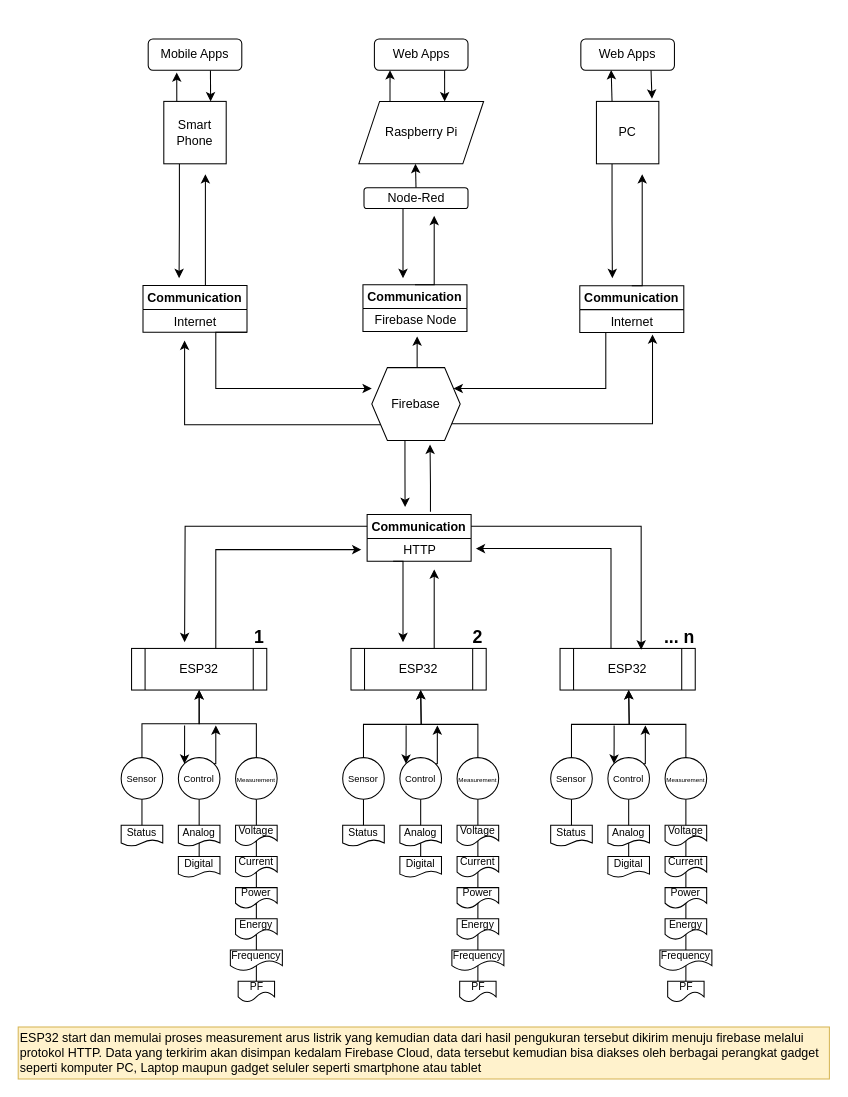
Above: flow-diagram.drawio in lmarkrol/smartmeter (draw.io), before the change. Source tidied: cells renumbered, new cells numbered last; positions are measured from the earlier drawing's top-left corner, leaving out a move shared by most shapes. Both pictures are drawn from the tidied source at 104%, with x=0, y=0 at pixel (18, 38).
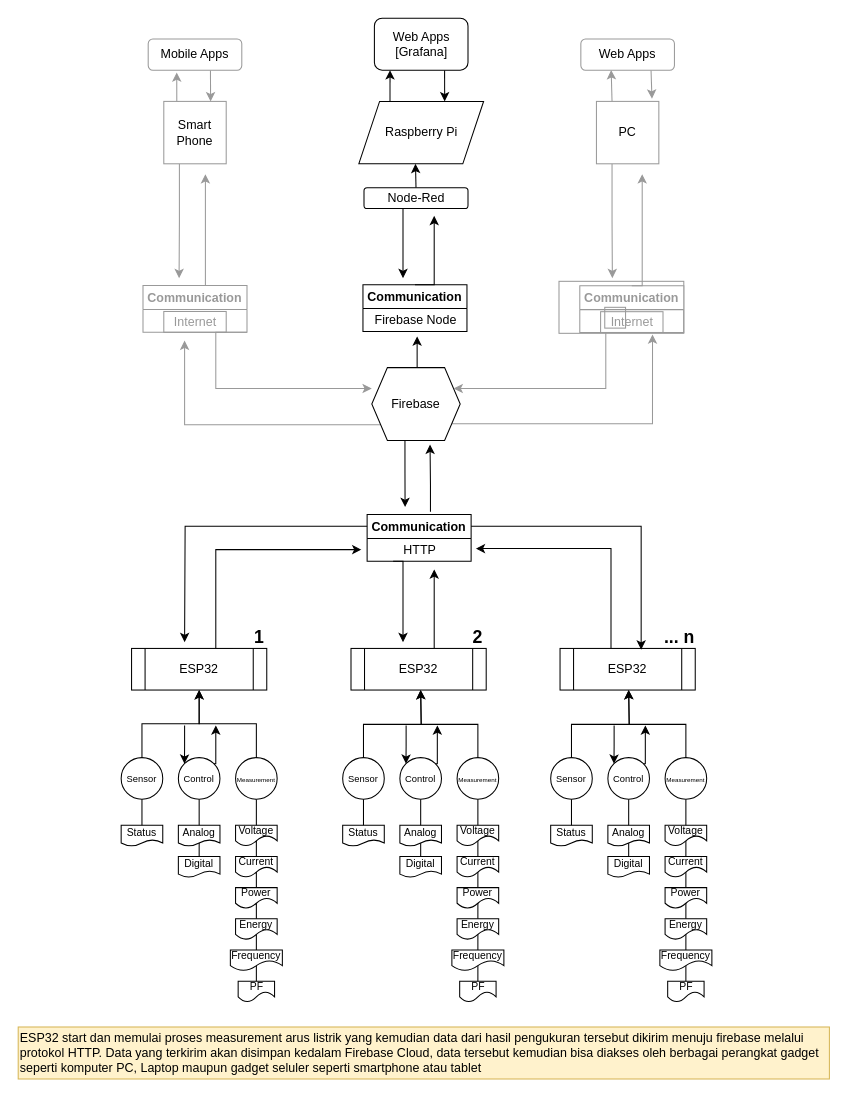
After the change.

Unchanged cells that the change refers to:
```xml
<mxCell id="9" value="Firebase" style="shape=hexagon;perimeter=hexagonPerimeter2;whiteSpace=wrap;html=1;fixedSize=1;size=15;" parent="1" vertex="1">
  <mxGeometry x="340" y="316" width="85" height="70" as="geometry" />
</mxCell>
```

Change to the diagram source:
```diff
@@
-    <mxCell id="5" style="edgeStyle=orthogonalEdgeStyle;rounded=0;jettySize=auto;html=1;entryX=0.832;entryY=1.095;entryDx=0;entryDy=0;entryPerimeter=0;" parent="1" edge="1" target="27">
+    <mxCell id="5" style="edgeStyle=orthogonalEdgeStyle;rounded=0;jettySize=auto;html=1;entryX=0.832;entryY=1.095;entryDx=0;entryDy=0;entryPerimeter=0;strokeColor=#999999;" parent="1" edge="1" target="27">
       <mxGeometry relative="1" as="geometry">
         <mxPoint x="410" y="370" as="sourcePoint" />
         <Array as="points">
           <mxPoint x="425" y="370" />
           <mxPoint x="610" y="370" />
         </Array>
       </mxGeometry>
     </mxCell>
-    <mxCell id="6" style="edgeStyle=orthogonalEdgeStyle;rounded=0;jettySize=auto;html=1;" parent="1" edge="1" source="9">
+    <mxCell id="6" style="edgeStyle=orthogonalEdgeStyle;rounded=0;jettySize=auto;html=1;strokeColor=#999999;" parent="1" edge="1" source="9">
       <mxGeometry relative="1" as="geometry">
         <mxPoint x="160" y="290" as="targetPoint" />
         <Array as="points">
           <mxPoint x="160" y="371" />
           <mxPoint x="160" y="290" />
         </Array>
       </mxGeometry>
     </mxCell>
@@
-    <mxCell id="19" style="edgeStyle=orthogonalEdgeStyle;rounded=0;jettySize=auto;html=1;exitX=0.25;exitY=0;exitDx=0;exitDy=0;entryX=0.324;entryY=0.997;entryDx=0;entryDy=0;entryPerimeter=0;" parent="1" edge="1" source="21" target="38">
+    <mxCell id="19" style="edgeStyle=orthogonalEdgeStyle;rounded=0;jettySize=auto;html=1;exitX=0.25;exitY=0;exitDx=0;exitDy=0;entryX=0.324;entryY=0.997;entryDx=0;entryDy=0;entryPerimeter=0;strokeColor=#999999;" parent="1" edge="1" source="21" target="38">
       <mxGeometry relative="1" as="geometry" />
     </mxCell>
-    <mxCell id="20" style="edgeStyle=orthogonalEdgeStyle;rounded=0;jettySize=auto;html=1;exitX=0.25;exitY=1;exitDx=0;exitDy=0;" parent="1" edge="1" source="21">
+    <mxCell id="20" style="edgeStyle=orthogonalEdgeStyle;rounded=0;jettySize=auto;html=1;exitX=0.25;exitY=1;exitDx=0;exitDy=0;strokeColor=#999999;" parent="1" edge="1" source="21">
       <mxGeometry relative="1" as="geometry">
         <mxPoint x="571.3" y="230" as="targetPoint" />
       </mxGeometry>
     </mxCell>
-    <mxCell id="21" value="PC" style="rounded=0;whiteSpace=wrap;html=1;" parent="1" vertex="1">
+    <mxCell id="21" value="PC" style="rounded=0;whiteSpace=wrap;html=1;strokeColor=#999999;" parent="1" vertex="1">
       <mxGeometry x="556" y="60" width="60" height="60" as="geometry" />
     </mxCell>
-    <mxCell id="22" style="edgeStyle=orthogonalEdgeStyle;rounded=0;jettySize=auto;html=1;exitX=0.25;exitY=0;exitDx=0;exitDy=0;entryX=0.305;entryY=1.073;entryDx=0;entryDy=0;entryPerimeter=0;" parent="1" edge="1" source="24" target="34">
+    <mxCell id="22" style="edgeStyle=orthogonalEdgeStyle;rounded=0;jettySize=auto;html=1;exitX=0.25;exitY=0;exitDx=0;exitDy=0;entryX=0.305;entryY=1.073;entryDx=0;entryDy=0;entryPerimeter=0;strokeColor=#999999;" parent="1" edge="1" source="24" target="34">
       <mxGeometry relative="1" as="geometry" />
     </mxCell>
-    <mxCell id="23" style="edgeStyle=orthogonalEdgeStyle;rounded=0;jettySize=auto;html=1;exitX=0.25;exitY=1;exitDx=0;exitDy=0;" parent="1" edge="1" source="24">
+    <mxCell id="23" style="edgeStyle=orthogonalEdgeStyle;rounded=0;jettySize=auto;html=1;exitX=0.25;exitY=1;exitDx=0;exitDy=0;strokeColor=#999999;" parent="1" edge="1" source="24">
       <mxGeometry relative="1" as="geometry">
         <mxPoint x="154.7" y="230" as="targetPoint" />
       </mxGeometry>
     </mxCell>
-    <mxCell id="24" value="Smart&lt;br&gt;Phone" style="rounded=0;whiteSpace=wrap;html=1;" parent="1" vertex="1">
+    <mxCell id="24" value="Smart&lt;br&gt;Phone" style="rounded=0;whiteSpace=wrap;html=1;strokeColor=#999999;" parent="1" vertex="1">
       <mxGeometry x="140" y="60" width="60" height="60" as="geometry" />
     </mxCell>
-    <mxCell id="25" style="group;" parent="1" vertex="1">
+    <mxCell id="25" style="group;strokeColor=#999999;" parent="1" vertex="1">
       <mxGeometry x="520" y="233" width="120" height="50" as="geometry" />
     </mxCell>
-    <mxCell id="26" value="Communication" style="swimlane;startSize=23;" parent="25" vertex="1">
+    <mxCell id="26" value="Communication" style="swimlane;startSize=23;strokeColor=#999999;fontColor=#999999;" parent="25" vertex="1">
       <mxGeometry x="20" y="4.2" width="100" height="45" as="geometry" />
     </mxCell>
-    <mxCell id="27" value="Internet" style="text;html=1;align=center;verticalAlign=middle;points=[];strokeColor=none;" parent="26" vertex="1">
+    <mxCell id="27" value="&lt;font color=&quot;#999999&quot;&gt;Internet&lt;/font&gt;" style="text;html=1;align=center;verticalAlign=middle;points=[];strokeColor=#999999;" parent="26" vertex="1">
       <mxGeometry x="20" y="25" width="60" height="20" as="geometry" />
     </mxCell>
-    <mxCell id="28" style="text;html=1;align=center;verticalAlign=middle;strokeColor=none;" parent="25" vertex="1">
+    <mxCell id="28" style="text;html=1;align=center;verticalAlign=middle;strokeColor=#999999;" parent="25" vertex="1">
       <mxGeometry x="44" y="25" width="20" height="20" as="geometry" />
     </mxCell>
-    <mxCell id="29" style="edgeStyle=orthogonalEdgeStyle;rounded=0;jettySize=auto;html=1;exitX=0.5;exitY=0;exitDx=0;exitDy=0;" parent="1" edge="1" source="31">
+    <mxCell id="29" style="edgeStyle=orthogonalEdgeStyle;rounded=0;jettySize=auto;html=1;exitX=0.5;exitY=0;exitDx=0;exitDy=0;strokeColor=#999999;" parent="1" edge="1" source="31">
       <mxGeometry relative="1" as="geometry">
         <mxPoint x="180" y="130" as="targetPoint" />
         <Array as="points">
           <mxPoint x="180" y="237" />
           <mxPoint x="180" y="130" />
         </Array>
       </mxGeometry>
     </mxCell>
-    <mxCell id="30" style="edgeStyle=orthogonalEdgeStyle;rounded=0;jettySize=auto;html=1;exitX=1;exitY=1;exitDx=0;exitDy=0;" parent="1" edge="1" source="31">
+    <mxCell id="30" style="edgeStyle=orthogonalEdgeStyle;rounded=0;jettySize=auto;html=1;exitX=1;exitY=1;exitDx=0;exitDy=0;strokeColor=#999999;" parent="1" edge="1" source="31">
       <mxGeometry relative="1" as="geometry">
         <mxPoint x="340" y="336" as="targetPoint" />
         <Array as="points">
           <mxPoint x="190" y="282" />
           <mxPoint x="190" y="336" />
         </Array>
       </mxGeometry>
     </mxCell>
-    <mxCell id="31" value="Communication" style="swimlane;startSize=23;" parent="1" vertex="1">
+    <mxCell id="31" value="Communication" style="swimlane;startSize=23;strokeColor=#999999;fontColor=#999999;" parent="1" vertex="1">
       <mxGeometry x="120" y="237" width="100" height="45" as="geometry" />
     </mxCell>
-    <mxCell id="32" value="Internet" style="text;html=1;align=center;verticalAlign=middle;strokeColor=none;" parent="31" vertex="1">
+    <mxCell id="32" value="&lt;font color=&quot;#999999&quot;&gt;Internet&lt;/font&gt;" style="text;html=1;align=center;verticalAlign=middle;strokeColor=#999999;" parent="31" vertex="1">
       <mxGeometry x="20" y="25" width="60" height="20" as="geometry" />
     </mxCell>
-    <mxCell id="33" style="edgeStyle=orthogonalEdgeStyle;rounded=0;jettySize=auto;html=1;exitX=0.665;exitY=1;exitDx=0;exitDy=0;entryX=0.75;entryY=0;entryDx=0;entryDy=0;exitPerimeter=0;" parent="1" edge="1" source="34" target="24">
+    <mxCell id="33" style="edgeStyle=orthogonalEdgeStyle;rounded=0;jettySize=auto;html=1;exitX=0.665;exitY=1;exitDx=0;exitDy=0;entryX=0.75;entryY=0;entryDx=0;entryDy=0;exitPerimeter=0;strokeColor=#999999;" parent="1" edge="1" source="34" target="24">
       <mxGeometry relative="1" as="geometry" />
     </mxCell>
-    <mxCell id="34" value="Mobile Apps" style="rounded=1;whiteSpace=wrap;html=1;" parent="1" vertex="1">
+    <mxCell id="34" value="Mobile Apps" style="rounded=1;whiteSpace=wrap;html=1;strokeColor=#999999;" parent="1" vertex="1">
       <mxGeometry x="125" width="90" height="30" as="geometry" />
     </mxCell>
@@
-    <mxCell id="36" value="Web Apps" style="rounded=1;whiteSpace=wrap;html=1;" parent="1" vertex="1">
-      <mxGeometry x="342.5" width="90" height="30" as="geometry" />
+    <mxCell id="36" value="Web Apps&lt;br&gt;[Grafana]" style="rounded=1;whiteSpace=wrap;html=1;" parent="1" vertex="1">
+      <mxGeometry x="342.5" y="-20" width="90" height="50" as="geometry" />
     </mxCell>
-    <mxCell id="37" style="edgeStyle=orthogonalEdgeStyle;rounded=0;jettySize=auto;html=1;exitX=0.75;exitY=1;exitDx=0;exitDy=0;entryX=0.89;entryY=-0.044;entryDx=0;entryDy=0;entryPerimeter=0;" parent="1" edge="1" source="38" target="21">
+    <mxCell id="37" style="edgeStyle=orthogonalEdgeStyle;rounded=0;jettySize=auto;html=1;exitX=0.75;exitY=1;exitDx=0;exitDy=0;entryX=0.89;entryY=-0.044;entryDx=0;entryDy=0;entryPerimeter=0;strokeColor=#999999;" parent="1" edge="1" source="38" target="21">
       <mxGeometry relative="1" as="geometry" />
     </mxCell>
-    <mxCell id="38" value="Web Apps" style="rounded=1;whiteSpace=wrap;html=1;" parent="1" vertex="1">
+    <mxCell id="38" value="Web Apps" style="rounded=1;whiteSpace=wrap;html=1;strokeColor=#999999;" parent="1" vertex="1">
       <mxGeometry x="541" width="90" height="30" as="geometry" />
     </mxCell>
@@
-    <mxCell id="67" style="edgeStyle=orthogonalEdgeStyle;rounded=0;jettySize=auto;html=1;exitX=0.5;exitY=0;exitDx=0;exitDy=0;" parent="1" edge="1" source="26">
+    <mxCell id="67" style="edgeStyle=orthogonalEdgeStyle;rounded=0;jettySize=auto;html=1;exitX=0.5;exitY=0;exitDx=0;exitDy=0;strokeColor=#999999;" parent="1" edge="1" source="26">
       <mxGeometry relative="1" as="geometry">
         <mxPoint x="600" y="130" as="targetPoint" />
         <Array as="points">
           <mxPoint x="600" y="237" />
           <mxPoint x="600" y="130" />
         </Array>
       </mxGeometry>
     </mxCell>
@@
-    <mxCell id="71" style="edgeStyle=orthogonalEdgeStyle;rounded=0;jettySize=auto;html=1;exitX=0.25;exitY=1;exitDx=0;exitDy=0;entryX=1;entryY=0.25;entryDx=0;entryDy=0;" parent="1" edge="1" source="26" target="9">
+    <mxCell id="71" style="edgeStyle=orthogonalEdgeStyle;rounded=0;jettySize=auto;html=1;exitX=0.25;exitY=1;exitDx=0;exitDy=0;entryX=1;entryY=0.25;entryDx=0;entryDy=0;strokeColor=#999999;" parent="1" edge="1" source="26" target="9">
       <mxGeometry relative="1" as="geometry">
         <Array as="points">
           <mxPoint x="565" y="336" />
         </Array>
       </mxGeometry>
     </mxCell>
```
